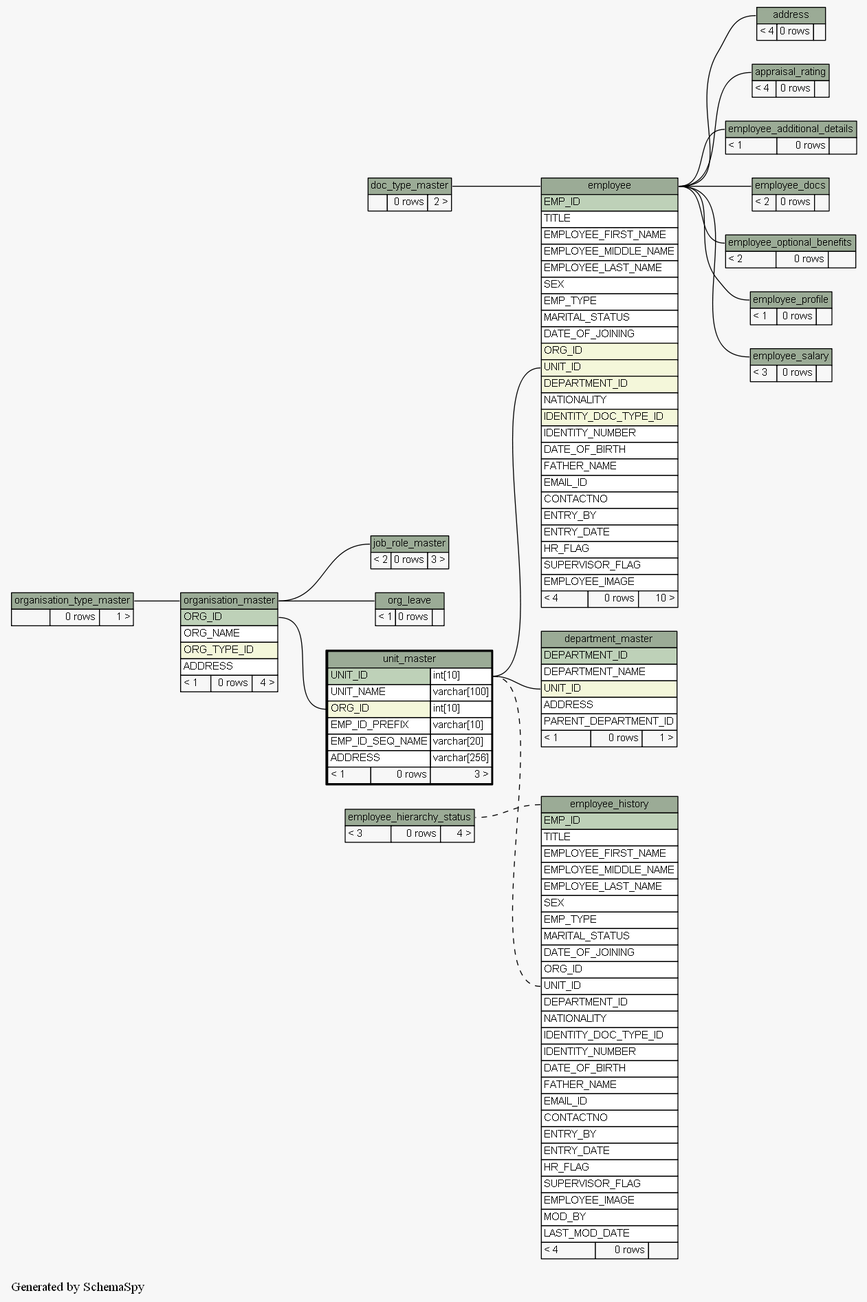
Above: docs/database/schemaspy/graphs/unit_master.implied2degrees.png in engineerscraft/hrms (Graphviz), before the change. Its source is kept beside it as docs/database/schemaspy/graphs/unit_master.implied2degrees.dot. The source it was exported from:
```dot
digraph "impliedTwoDegreesRelationshipsGraph" {
  graph [
    rankdir="RL"
    bgcolor="#f7f7f7"
    label="\nGenerated by SchemaSpy"
    labeljust="l"
  ];
  node [
    fontname="Helvetica"
    fontsize="11"
    shape="plaintext"
  ];
  edge [
    arrowsize="0.8"
  ];
  "address":"address.heading":w -> "employee":"employee.heading":e [arrowtail=tee arrowhead=none];
  "appraisal_rating":"appraisal_rating.heading":w -> "employee":"employee.heading":e [arrowtail=crowtee arrowhead=none];
  "department_master":"UNIT_ID":w -> "unit_master":"UNIT_ID.type":e [arrowtail=crowodot arrowhead=none];
  "employee":"employee.heading":w -> "doc_type_master":"doc_type_master.heading":e [arrowtail=crowodot arrowhead=none];
  "employee":"UNIT_ID":w -> "unit_master":"UNIT_ID.type":e [arrowtail=crowodot arrowhead=none];
  "employee_additional_details":"employee_additional_details.heading":w -> "employee":"employee.heading":e [arrowtail=tee arrowhead=none];
  "employee_docs":"employee_docs.heading":w -> "employee":"employee.heading":e [arrowtail=crowtee arrowhead=none];
  "employee_history":"employee_history.heading":w -> "employee_hierarchy_status":"employee_hierarchy_status.heading":e [arrowtail=tee arrowhead=none style=dashed];
  "employee_history":"UNIT_ID":w -> "unit_master":"UNIT_ID.type":e [arrowtail=crowodot arrowhead=none style=dashed];
  "employee_optional_benefits":"employee_optional_benefits.heading":w -> "employee":"employee.heading":e [arrowtail=crowodot arrowhead=none];
  "employee_profile":"employee_profile.heading":w -> "employee":"employee.heading":e [arrowtail=tee arrowhead=none];
  "employee_salary":"employee_salary.heading":w -> "employee":"employee.heading":e [arrowtail=crowtee arrowhead=none];
  "job_role_master":"job_role_master.heading":w -> "organisation_master":"organisation_master.heading":e [arrowtail=crowtee arrowhead=none];
  "org_leave":"org_leave.heading":w -> "organisation_master":"organisation_master.heading":e [arrowtail=crowodot arrowhead=none];
  "organisation_master":"organisation_master.heading":w -> "organisation_type_master":"organisation_type_master.heading":e [arrowtail=crowodot arrowhead=none];
  "unit_master":"ORG_ID":w -> "organisation_master":"ORG_ID":e [arrowtail=crowodot arrowhead=none];
  "address" [
    label=<
    <TABLE BORDER="0" CELLBORDER="1" CELLSPACING="0" BGCOLOR="#ffffff">
      <TR><TD PORT="address.heading" COLSPAN="3" BGCOLOR="#9bab96" ALIGN="CENTER">address</TD></TR>
      <TR><TD ALIGN="LEFT" BGCOLOR="#f7f7f7">&lt; 4</TD><TD ALIGN="RIGHT" BGCOLOR="#f7f7f7">0 rows</TD><TD ALIGN="RIGHT" BGCOLOR="#f7f7f7">  </TD></TR>
    </TABLE>>
    URL="address.html#graph"
    tooltip="address"
  ];
  "appraisal_rating" [
    label=<
    <TABLE BORDER="0" CELLBORDER="1" CELLSPACING="0" BGCOLOR="#ffffff">
      <TR><TD PORT="appraisal_rating.heading" COLSPAN="3" BGCOLOR="#9bab96" ALIGN="CENTER">appraisal_rating</TD></TR>
      <TR><TD ALIGN="LEFT" BGCOLOR="#f7f7f7">&lt; 4</TD><TD ALIGN="RIGHT" BGCOLOR="#f7f7f7">0 rows</TD><TD ALIGN="RIGHT" BGCOLOR="#f7f7f7">  </TD></TR>
    </TABLE>>
    URL="appraisal_rating.html#graph"
    tooltip="appraisal_rating"
  ];
  "department_master" [
    label=<
    <TABLE BORDER="0" CELLBORDER="1" CELLSPACING="0" BGCOLOR="#ffffff">
      <TR><TD PORT="department_master.heading" COLSPAN="3" BGCOLOR="#9bab96" ALIGN="CENTER">department_master</TD></TR>
      <TR><TD PORT="DEPARTMENT_ID" COLSPAN="3" BGCOLOR="#bed1b8" ALIGN="LEFT">DEPARTMENT_ID</TD></TR>
      <TR><TD PORT="DEPARTMENT_NAME" COLSPAN="3" ALIGN="LEFT">DEPARTMENT_NAME</TD></TR>
      <TR><TD PORT="UNIT_ID" COLSPAN="3" BGCOLOR="#f4f7da" ALIGN="LEFT">UNIT_ID</TD></TR>
      <TR><TD PORT="ADDRESS" COLSPAN="3" ALIGN="LEFT">ADDRESS</TD></TR>
      <TR><TD PORT="PARENT_DEPARTMENT_ID" COLSPAN="3" ALIGN="LEFT">PARENT_DEPARTMENT_ID</TD></TR>
      <TR><TD ALIGN="LEFT" BGCOLOR="#f7f7f7">&lt; 1</TD><TD ALIGN="RIGHT" BGCOLOR="#f7f7f7">0 rows</TD><TD ALIGN="RIGHT" BGCOLOR="#f7f7f7">1 &gt;</TD></TR>
    </TABLE>>
    URL="department_master.html#graph"
    tooltip="department_master"
  ];
  "doc_type_master" [
    label=<
    <TABLE BORDER="0" CELLBORDER="1" CELLSPACING="0" BGCOLOR="#ffffff">
      <TR><TD PORT="doc_type_master.heading" COLSPAN="3" BGCOLOR="#9bab96" ALIGN="CENTER">doc_type_master</TD></TR>
      <TR><TD ALIGN="LEFT" BGCOLOR="#f7f7f7">  </TD><TD ALIGN="RIGHT" BGCOLOR="#f7f7f7">0 rows</TD><TD ALIGN="RIGHT" BGCOLOR="#f7f7f7">2 &gt;</TD></TR>
    </TABLE>>
    URL="doc_type_master.html#graph"
    tooltip="doc_type_master"
  ];
  "employee" [
    label=<
    <TABLE BORDER="0" CELLBORDER="1" CELLSPACING="0" BGCOLOR="#ffffff">
      <TR><TD PORT="employee.heading" COLSPAN="3" BGCOLOR="#9bab96" ALIGN="CENTER">employee</TD></TR>
      <TR><TD PORT="EMP_ID" COLSPAN="3" BGCOLOR="#bed1b8" ALIGN="LEFT">EMP_ID</TD></TR>
      <TR><TD PORT="TITLE" COLSPAN="3" ALIGN="LEFT">TITLE</TD></TR>
      <TR><TD PORT="EMPLOYEE_FIRST_NAME" COLSPAN="3" ALIGN="LEFT">EMPLOYEE_FIRST_NAME</TD></TR>
      <TR><TD PORT="EMPLOYEE_MIDDLE_NAME" COLSPAN="3" ALIGN="LEFT">EMPLOYEE_MIDDLE_NAME</TD></TR>
      <TR><TD PORT="EMPLOYEE_LAST_NAME" COLSPAN="3" ALIGN="LEFT">EMPLOYEE_LAST_NAME</TD></TR>
      <TR><TD PORT="SEX" COLSPAN="3" ALIGN="LEFT">SEX</TD></TR>
      <TR><TD PORT="EMP_TYPE" COLSPAN="3" ALIGN="LEFT">EMP_TYPE</TD></TR>
      <TR><TD PORT="MARITAL_STATUS" COLSPAN="3" ALIGN="LEFT">MARITAL_STATUS</TD></TR>
      <TR><TD PORT="DATE_OF_JOINING" COLSPAN="3" ALIGN="LEFT">DATE_OF_JOINING</TD></TR>
      <TR><TD PORT="ORG_ID" COLSPAN="3" BGCOLOR="#f4f7da" ALIGN="LEFT">ORG_ID</TD></TR>
      <TR><TD PORT="UNIT_ID" COLSPAN="3" BGCOLOR="#f4f7da" ALIGN="LEFT">UNIT_ID</TD></TR>
      <TR><TD PORT="DEPARTMENT_ID" COLSPAN="3" BGCOLOR="#f4f7da" ALIGN="LEFT">DEPARTMENT_ID</TD></TR>
      <TR><TD PORT="NATIONALITY" COLSPAN="3" ALIGN="LEFT">NATIONALITY</TD></TR>
      <TR><TD PORT="IDENTITY_DOC_TYPE_ID" COLSPAN="3" BGCOLOR="#f4f7da" ALIGN="LEFT">IDENTITY_DOC_TYPE_ID</TD></TR>
      <TR><TD PORT="IDENTITY_NUMBER" COLSPAN="3" ALIGN="LEFT">IDENTITY_NUMBER</TD></TR>
      <TR><TD PORT="DATE_OF_BIRTH" COLSPAN="3" ALIGN="LEFT">DATE_OF_BIRTH</TD></TR>
      <TR><TD PORT="FATHER_NAME" COLSPAN="3" ALIGN="LEFT">FATHER_NAME</TD></TR>
      <TR><TD PORT="EMAIL_ID" COLSPAN="3" ALIGN="LEFT">EMAIL_ID</TD></TR>
      <TR><TD PORT="CONTACTNO" COLSPAN="3" ALIGN="LEFT">CONTACTNO</TD></TR>
      <TR><TD PORT="ENTRY_BY" COLSPAN="3" ALIGN="LEFT">ENTRY_BY</TD></TR>
      <TR><TD PORT="ENTRY_DATE" COLSPAN="3" ALIGN="LEFT">ENTRY_DATE</TD></TR>
      <TR><TD PORT="HR_FLAG" COLSPAN="3" ALIGN="LEFT">HR_FLAG</TD></TR>
      <TR><TD PORT="SUPERVISOR_FLAG" COLSPAN="3" ALIGN="LEFT">SUPERVISOR_FLAG</TD></TR>
      <TR><TD PORT="EMPLOYEE_IMAGE" COLSPAN="3" ALIGN="LEFT">EMPLOYEE_IMAGE</TD></TR>
      <TR><TD ALIGN="LEFT" BGCOLOR="#f7f7f7">&lt; 4</TD><TD ALIGN="RIGHT" BGCOLOR="#f7f7f7">0 rows</TD><TD ALIGN="RIGHT" BGCOLOR="#f7f7f7">10 &gt;</TD></TR>
    </TABLE>>
    URL="employee.html#graph"
    tooltip="employee"
  ];
  "employee_additional_details" [
    label=<
    <TABLE BORDER="0" CELLBORDER="1" CELLSPACING="0" BGCOLOR="#ffffff">
      <TR><TD PORT="employee_additional_details.heading" COLSPAN="3" BGCOLOR="#9bab96" ALIGN="CENTER">employee_additional_details</TD></TR>
      <TR><TD ALIGN="LEFT" BGCOLOR="#f7f7f7">&lt; 1</TD><TD ALIGN="RIGHT" BGCOLOR="#f7f7f7">0 rows</TD><TD ALIGN="RIGHT" BGCOLOR="#f7f7f7">  </TD></TR>
    </TABLE>>
    URL="employee_additional_details.html#graph"
    tooltip="employee_additional_details"
  ];
  "employee_docs" [
    label=<
    <TABLE BORDER="0" CELLBORDER="1" CELLSPACING="0" BGCOLOR="#ffffff">
      <TR><TD PORT="employee_docs.heading" COLSPAN="3" BGCOLOR="#9bab96" ALIGN="CENTER">employee_docs</TD></TR>
      <TR><TD ALIGN="LEFT" BGCOLOR="#f7f7f7">&lt; 2</TD><TD ALIGN="RIGHT" BGCOLOR="#f7f7f7">0 rows</TD><TD ALIGN="RIGHT" BGCOLOR="#f7f7f7">  </TD></TR>
    </TABLE>>
    URL="employee_docs.html#graph"
    tooltip="employee_docs"
  ];
  "employee_hierarchy_status" [
    label=<
    <TABLE BORDER="0" CELLBORDER="1" CELLSPACING="0" BGCOLOR="#ffffff">
      <TR><TD PORT="employee_hierarchy_status.heading" COLSPAN="3" BGCOLOR="#9bab96" ALIGN="CENTER">employee_hierarchy_status</TD></TR>
      <TR><TD ALIGN="LEFT" BGCOLOR="#f7f7f7">&lt; 3</TD><TD ALIGN="RIGHT" BGCOLOR="#f7f7f7">0 rows</TD><TD ALIGN="RIGHT" BGCOLOR="#f7f7f7">4 &gt;</TD></TR>
    </TABLE>>
    URL="employee_hierarchy_status.html#graph"
    tooltip="employee_hierarchy_status"
  ];
  "employee_history" [
    label=<
    <TABLE BORDER="0" CELLBORDER="1" CELLSPACING="0" BGCOLOR="#ffffff">
      <TR><TD PORT="employee_history.heading" COLSPAN="3" BGCOLOR="#9bab96" ALIGN="CENTER">employee_history</TD></TR>
      <TR><TD PORT="EMP_ID" COLSPAN="3" BGCOLOR="#bed1b8" ALIGN="LEFT">EMP_ID</TD></TR>
      <TR><TD PORT="TITLE" COLSPAN="3" ALIGN="LEFT">TITLE</TD></TR>
      <TR><TD PORT="EMPLOYEE_FIRST_NAME" COLSPAN="3" ALIGN="LEFT">EMPLOYEE_FIRST_NAME</TD></TR>
      <TR><TD PORT="EMPLOYEE_MIDDLE_NAME" COLSPAN="3" ALIGN="LEFT">EMPLOYEE_MIDDLE_NAME</TD></TR>
      <TR><TD PORT="EMPLOYEE_LAST_NAME" COLSPAN="3" ALIGN="LEFT">EMPLOYEE_LAST_NAME</TD></TR>
      <TR><TD PORT="SEX" COLSPAN="3" ALIGN="LEFT">SEX</TD></TR>
      <TR><TD PORT="EMP_TYPE" COLSPAN="3" ALIGN="LEFT">EMP_TYPE</TD></TR>
      <TR><TD PORT="MARITAL_STATUS" COLSPAN="3" ALIGN="LEFT">MARITAL_STATUS</TD></TR>
      <TR><TD PORT="DATE_OF_JOINING" COLSPAN="3" ALIGN="LEFT">DATE_OF_JOINING</TD></TR>
      <TR><TD PORT="ORG_ID" COLSPAN="3" ALIGN="LEFT">ORG_ID</TD></TR>
      <TR><TD PORT="UNIT_ID" COLSPAN="3" ALIGN="LEFT">UNIT_ID</TD></TR>
      <TR><TD PORT="DEPARTMENT_ID" COLSPAN="3" ALIGN="LEFT">DEPARTMENT_ID</TD></TR>
      <TR><TD PORT="NATIONALITY" COLSPAN="3" ALIGN="LEFT">NATIONALITY</TD></TR>
      <TR><TD PORT="IDENTITY_DOC_TYPE_ID" COLSPAN="3" ALIGN="LEFT">IDENTITY_DOC_TYPE_ID</TD></TR>
      <TR><TD PORT="IDENTITY_NUMBER" COLSPAN="3" ALIGN="LEFT">IDENTITY_NUMBER</TD></TR>
      <TR><TD PORT="DATE_OF_BIRTH" COLSPAN="3" ALIGN="LEFT">DATE_OF_BIRTH</TD></TR>
      <TR><TD PORT="FATHER_NAME" COLSPAN="3" ALIGN="LEFT">FATHER_NAME</TD></TR>
      <TR><TD PORT="EMAIL_ID" COLSPAN="3" ALIGN="LEFT">EMAIL_ID</TD></TR>
      <TR><TD PORT="CONTACTNO" COLSPAN="3" ALIGN="LEFT">CONTACTNO</TD></TR>
      <TR><TD PORT="ENTRY_BY" COLSPAN="3" ALIGN="LEFT">ENTRY_BY</TD></TR>
      <TR><TD PORT="ENTRY_DATE" COLSPAN="3" ALIGN="LEFT">ENTRY_DATE</TD></TR>
      <TR><TD PORT="HR_FLAG" COLSPAN="3" ALIGN="LEFT">HR_FLAG</TD></TR>
      <TR><TD PORT="SUPERVISOR_FLAG" COLSPAN="3" ALIGN="LEFT">SUPERVISOR_FLAG</TD></TR>
      <TR><TD PORT="EMPLOYEE_IMAGE" COLSPAN="3" ALIGN="LEFT">EMPLOYEE_IMAGE</TD></TR>
      <TR><TD PORT="MOD_BY" COLSPAN="3" ALIGN="LEFT">MOD_BY</TD></TR>
      <TR><TD PORT="LAST_MOD_DATE" COLSPAN="3" ALIGN="LEFT">LAST_MOD_DATE</TD></TR>
      <TR><TD ALIGN="LEFT" BGCOLOR="#f7f7f7">&lt; 4</TD><TD ALIGN="RIGHT" BGCOLOR="#f7f7f7">0 rows</TD><TD ALIGN="RIGHT" BGCOLOR="#f7f7f7">  </TD></TR>
    </TABLE>>
    URL="employee_history.html#graph"
    tooltip="employee_history"
  ];
  "employee_optional_benefits" [
    label=<
    <TABLE BORDER="0" CELLBORDER="1" CELLSPACING="0" BGCOLOR="#ffffff">
      <TR><TD PORT="employee_optional_benefits.heading" COLSPAN="3" BGCOLOR="#9bab96" ALIGN="CENTER">employee_optional_benefits</TD></TR>
      <TR><TD ALIGN="LEFT" BGCOLOR="#f7f7f7">&lt; 2</TD><TD ALIGN="RIGHT" BGCOLOR="#f7f7f7">0 rows</TD><TD ALIGN="RIGHT" BGCOLOR="#f7f7f7">  </TD></TR>
    </TABLE>>
    URL="employee_optional_benefits.html#graph"
    tooltip="employee_optional_benefits"
  ];
  "employee_profile" [
    label=<
    <TABLE BORDER="0" CELLBORDER="1" CELLSPACING="0" BGCOLOR="#ffffff">
      <TR><TD PORT="employee_profile.heading" COLSPAN="3" BGCOLOR="#9bab96" ALIGN="CENTER">employee_profile</TD></TR>
      <TR><TD ALIGN="LEFT" BGCOLOR="#f7f7f7">&lt; 1</TD><TD ALIGN="RIGHT" BGCOLOR="#f7f7f7">0 rows</TD><TD ALIGN="RIGHT" BGCOLOR="#f7f7f7">  </TD></TR>
    </TABLE>>
    URL="employee_profile.html#graph"
    tooltip="employee_profile"
  ];
  "employee_salary" [
    label=<
    <TABLE BORDER="0" CELLBORDER="1" CELLSPACING="0" BGCOLOR="#ffffff">
      <TR><TD PORT="employee_salary.heading" COLSPAN="3" BGCOLOR="#9bab96" ALIGN="CENTER">employee_salary</TD></TR>
      <TR><TD ALIGN="LEFT" BGCOLOR="#f7f7f7">&lt; 3</TD><TD ALIGN="RIGHT" BGCOLOR="#f7f7f7">0 rows</TD><TD ALIGN="RIGHT" BGCOLOR="#f7f7f7">  </TD></TR>
    </TABLE>>
    URL="employee_salary.html#graph"
    tooltip="employee_salary"
  ];
  "job_role_master" [
    label=<
    <TABLE BORDER="0" CELLBORDER="1" CELLSPACING="0" BGCOLOR="#ffffff">
      <TR><TD PORT="job_role_master.heading" COLSPAN="3" BGCOLOR="#9bab96" ALIGN="CENTER">job_role_master</TD></TR>
      <TR><TD ALIGN="LEFT" BGCOLOR="#f7f7f7">&lt; 2</TD><TD ALIGN="RIGHT" BGCOLOR="#f7f7f7">0 rows</TD><TD ALIGN="RIGHT" BGCOLOR="#f7f7f7">3 &gt;</TD></TR>
    </TABLE>>
    URL="job_role_master.html#graph"
    tooltip="job_role_master"
  ];
  "org_leave" [
    label=<
    <TABLE BORDER="0" CELLBORDER="1" CELLSPACING="0" BGCOLOR="#ffffff">
      <TR><TD PORT="org_leave.heading" COLSPAN="3" BGCOLOR="#9bab96" ALIGN="CENTER">org_leave</TD></TR>
      <TR><TD ALIGN="LEFT" BGCOLOR="#f7f7f7">&lt; 1</TD><TD ALIGN="RIGHT" BGCOLOR="#f7f7f7">0 rows</TD><TD ALIGN="RIGHT" BGCOLOR="#f7f7f7">  </TD></TR>
    </TABLE>>
    URL="org_leave.html#graph"
    tooltip="org_leave"
  ];
  "organisation_master" [
    label=<
    <TABLE BORDER="0" CELLBORDER="1" CELLSPACING="0" BGCOLOR="#ffffff">
      <TR><TD PORT="organisation_master.heading" COLSPAN="3" BGCOLOR="#9bab96" ALIGN="CENTER">organisation_master</TD></TR>
      <TR><TD PORT="ORG_ID" COLSPAN="3" BGCOLOR="#bed1b8" ALIGN="LEFT">ORG_ID</TD></TR>
      <TR><TD PORT="ORG_NAME" COLSPAN="3" ALIGN="LEFT">ORG_NAME</TD></TR>
      <TR><TD PORT="ORG_TYPE_ID" COLSPAN="3" BGCOLOR="#f4f7da" ALIGN="LEFT">ORG_TYPE_ID</TD></TR>
      <TR><TD PORT="ADDRESS" COLSPAN="3" ALIGN="LEFT">ADDRESS</TD></TR>
      <TR><TD ALIGN="LEFT" BGCOLOR="#f7f7f7">&lt; 1</TD><TD ALIGN="RIGHT" BGCOLOR="#f7f7f7">0 rows</TD><TD ALIGN="RIGHT" BGCOLOR="#f7f7f7">4 &gt;</TD></TR>
    </TABLE>>
    URL="organisation_master.html#graph"
    tooltip="organisation_master"
  ];
  "organisation_type_master" [
    label=<
    <TABLE BORDER="0" CELLBORDER="1" CELLSPACING="0" BGCOLOR="#ffffff">
      <TR><TD PORT="organisation_type_master.heading" COLSPAN="3" BGCOLOR="#9bab96" ALIGN="CENTER">organisation_type_master</TD></TR>
      <TR><TD ALIGN="LEFT" BGCOLOR="#f7f7f7">  </TD><TD ALIGN="RIGHT" BGCOLOR="#f7f7f7">0 rows</TD><TD ALIGN="RIGHT" BGCOLOR="#f7f7f7">1 &gt;</TD></TR>
    </TABLE>>
    URL="organisation_type_master.html#graph"
    tooltip="organisation_type_master"
  ];
  "unit_master" [
    label=<
    <TABLE BORDER="2" CELLBORDER="1" CELLSPACING="0" BGCOLOR="#ffffff">
      <TR><TD PORT="unit_master.heading" COLSPAN="3" BGCOLOR="#9bab96" ALIGN="CENTER">unit_master</TD></TR>
      <TR><TD PORT="UNIT_ID" COLSPAN="2" BGCOLOR="#bed1b8" ALIGN="LEFT">UNIT_ID</TD><TD PORT="UNIT_ID.type" ALIGN="LEFT">int[10]</TD></TR>
      <TR><TD PORT="UNIT_NAME" COLSPAN="2" ALIGN="LEFT">UNIT_NAME</TD><TD PORT="UNIT_NAME.type" ALIGN="LEFT">varchar[100]</TD></TR>
      <TR><TD PORT="ORG_ID" COLSPAN="2" BGCOLOR="#f4f7da" ALIGN="LEFT">ORG_ID</TD><TD PORT="ORG_ID.type" ALIGN="LEFT">int[10]</TD></TR>
      <TR><TD PORT="EMP_ID_PREFIX" COLSPAN="2" ALIGN="LEFT">EMP_ID_PREFIX</TD><TD PORT="EMP_ID_PREFIX.type" ALIGN="LEFT">varchar[10]</TD></TR>
      <TR><TD PORT="EMP_ID_SEQ_NAME" COLSPAN="2" ALIGN="LEFT">EMP_ID_SEQ_NAME</TD><TD PORT="EMP_ID_SEQ_NAME.type" ALIGN="LEFT">varchar[20]</TD></TR>
      <TR><TD PORT="ADDRESS" COLSPAN="2" ALIGN="LEFT">ADDRESS</TD><TD PORT="ADDRESS.type" ALIGN="LEFT">varchar[256]</TD></TR>
      <TR><TD ALIGN="LEFT" BGCOLOR="#f7f7f7">&lt; 1</TD><TD ALIGN="RIGHT" BGCOLOR="#f7f7f7">0 rows</TD><TD ALIGN="RIGHT" BGCOLOR="#f7f7f7">3 &gt;</TD></TR>
    </TABLE>>
    URL="unit_master.html#"
    tooltip="unit_master"
  ];
}
```
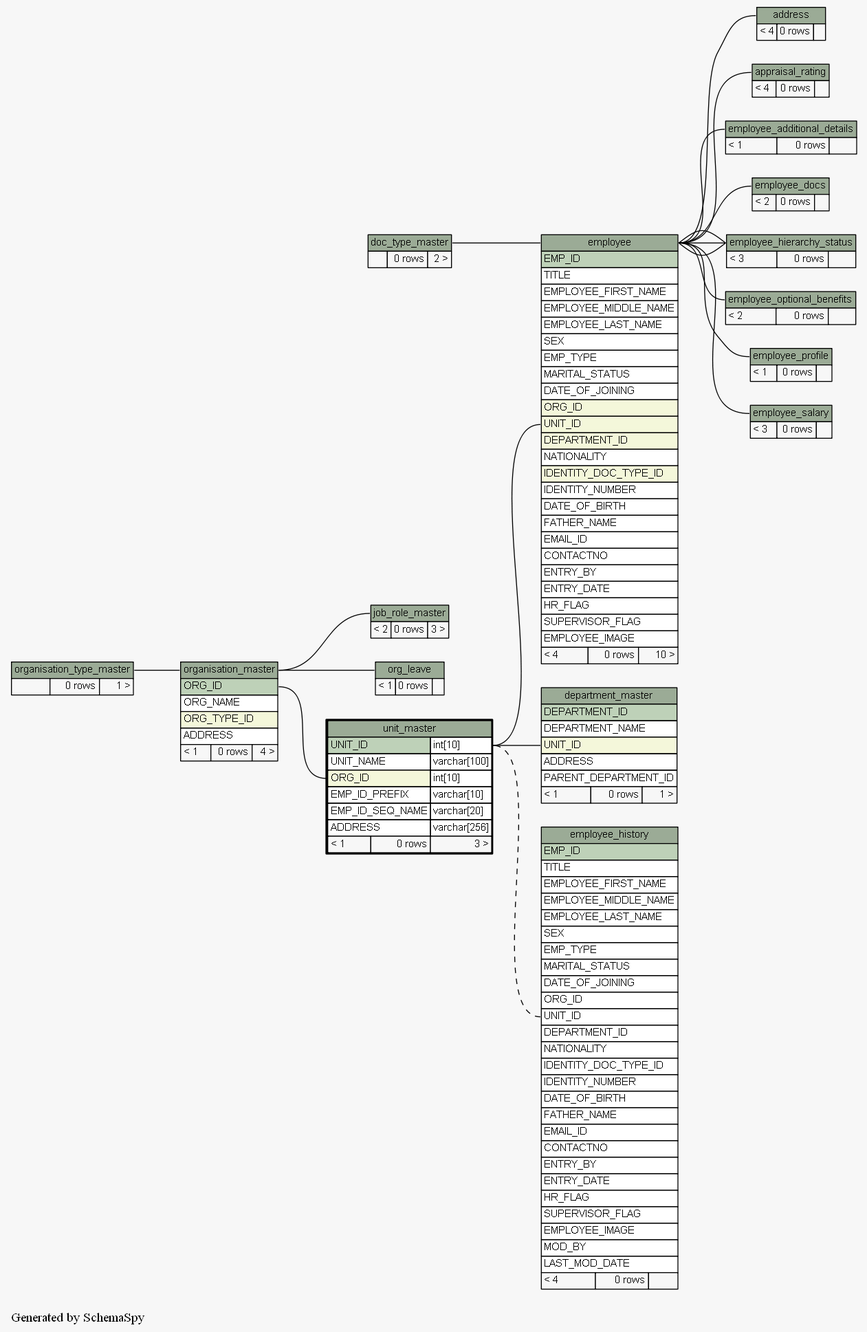
After the change.

Diff of the diagram source:
```diff
@@ -20,7 +20,9 @@
   "employee":"UNIT_ID":w -> "unit_master":"UNIT_ID.type":e [arrowtail=crowodot arrowhead=none];
   "employee_additional_details":"employee_additional_details.heading":w -> "employee":"employee.heading":e [arrowtail=tee arrowhead=none];
   "employee_docs":"employee_docs.heading":w -> "employee":"employee.heading":e [arrowtail=crowtee arrowhead=none];
-  "employee_history":"employee_history.heading":w -> "employee_hierarchy_status":"employee_hierarchy_status.heading":e [arrowtail=tee arrowhead=none style=dashed];
+  "employee_hierarchy_status":"employee_hierarchy_status.heading":w -> "employee":"employee.heading":e [arrowtail=tee arrowhead=none];
+  "employee_hierarchy_status":"employee_hierarchy_status.heading":w -> "employee":"employee.heading":e [arrowtail=crowodot arrowhead=none];
+  "employee_hierarchy_status":"employee_hierarchy_status.heading":w -> "employee":"employee.heading":e [arrowtail=crowodot arrowhead=none];
   "employee_history":"UNIT_ID":w -> "unit_master":"UNIT_ID.type":e [arrowtail=crowodot arrowhead=none style=dashed];
   "employee_optional_benefits":"employee_optional_benefits.heading":w -> "employee":"employee.heading":e [arrowtail=crowodot arrowhead=none];
   "employee_profile":"employee_profile.heading":w -> "employee":"employee.heading":e [arrowtail=tee arrowhead=none];
@@ -125,7 +127,7 @@
     label=<
     <TABLE BORDER="0" CELLBORDER="1" CELLSPACING="0" BGCOLOR="#ffffff">
       <TR><TD PORT="employee_hierarchy_status.heading" COLSPAN="3" BGCOLOR="#9bab96" ALIGN="CENTER">employee_hierarchy_status</TD></TR>
-      <TR><TD ALIGN="LEFT" BGCOLOR="#f7f7f7">&lt; 3</TD><TD ALIGN="RIGHT" BGCOLOR="#f7f7f7">0 rows</TD><TD ALIGN="RIGHT" BGCOLOR="#f7f7f7">4 &gt;</TD></TR>
+      <TR><TD ALIGN="LEFT" BGCOLOR="#f7f7f7">&lt; 3</TD><TD ALIGN="RIGHT" BGCOLOR="#f7f7f7">0 rows</TD><TD ALIGN="RIGHT" BGCOLOR="#f7f7f7">  </TD></TR>
     </TABLE>>
     URL="employee_hierarchy_status.html#graph"
     tooltip="employee_hierarchy_status"
```
